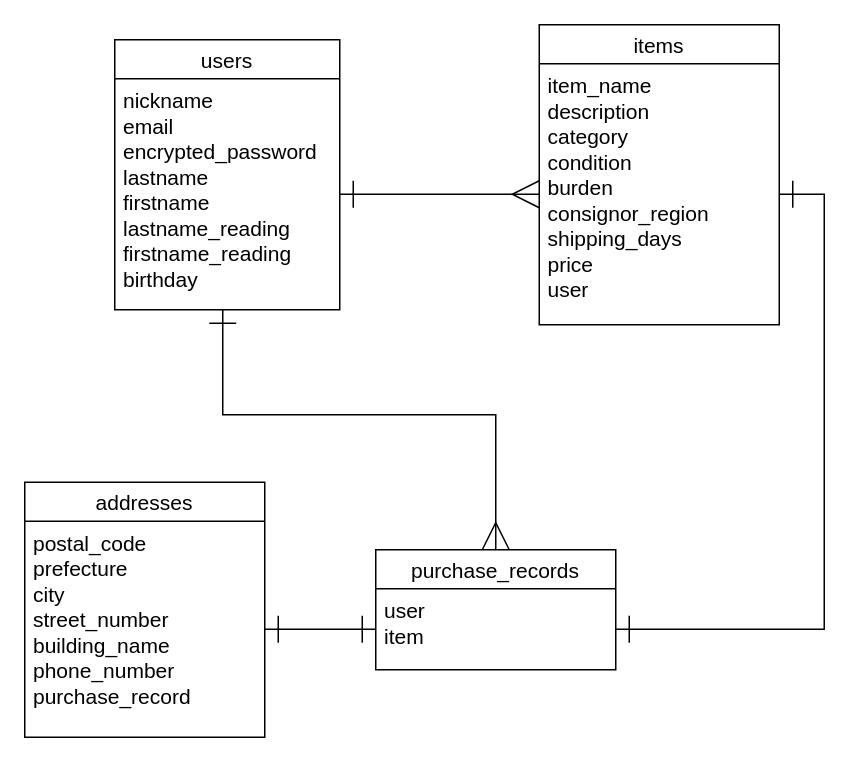
HubYoshiharu/furima-31492 keeps this draw.io diagram as test.dio. Above is the earlier version. Source tidied: cells renumbered, new cells numbered last; positions are measured from the earlier drawing's top-left corner, leaving out a move shared by most shapes. Both pictures are drawn from the tidied source at 150%, with x=0, y=0 at pixel (24, 24).
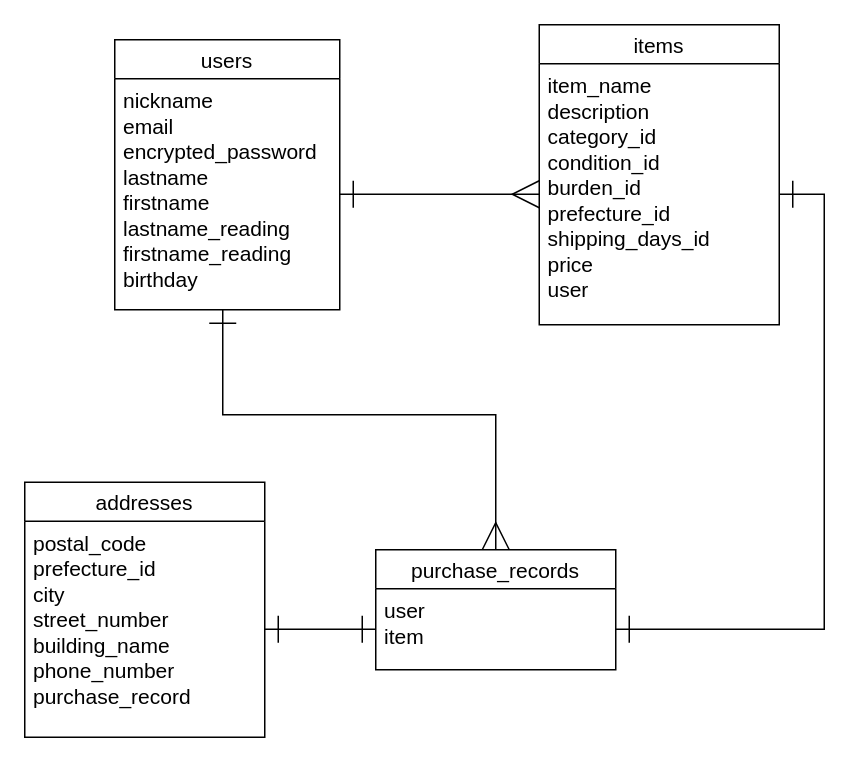
Above is the later version.

What changed in the source:
```diff
@@
 <mxGraphModel>
   <root>
     <mxCell id="0" />
     <mxCell id="1" parent="0" />
     <mxCell id="2" value="users" style="swimlane;fontStyle=0;horizontal=1;startSize=26;align=center;fontSize=14;" parent="1" vertex="1">
       <mxGeometry x="60" y="10" width="150" height="180" as="geometry" />
     </mxCell>
     <mxCell id="3" value="nickname&#10;email&#10;encrypted_password&#10;lastname&#10;firstname&#10;lastname_reading&#10;firstname_reading&#10;birthday&#10;" style="text;strokeColor=none;fillColor=none;spacingLeft=4;spacingRight=4;overflow=hidden;points=[[0,0.5],[1,0.5]];portConstraint=eastwest;fontSize=14;" parent="2" vertex="1">
       <mxGeometry y="26" width="150" height="154" as="geometry" />
     </mxCell>
     <mxCell id="4" style="edgeStyle=orthogonalEdgeStyle;rounded=0;jettySize=auto;html=1;startArrow=ERmany;startFill=0;endArrow=ERone;endFill=0;endSize=16;startSize=16;fontSize=14;exitX=0;exitY=0.5;exitDx=0;exitDy=0;entryX=1;entryY=0.5;entryDx=0;entryDy=0;" parent="1" edge="1" source="6" target="3">
       <mxGeometry relative="1" as="geometry" />
     </mxCell>
     <mxCell id="5" value="items" style="swimlane;fontStyle=0;horizontal=1;startSize=26;align=center;fontSize=14;rotation=0;" parent="1" vertex="1">
       <mxGeometry x="343" width="160" height="200" as="geometry" />
     </mxCell>
-    <mxCell id="6" value="item_name&#10;description&#10;category&#10;condition&#10;burden&#10;consignor_region&#10;shipping_days&#10;price&#10;user" style="text;strokeColor=none;fillColor=none;spacingLeft=4;spacingRight=4;overflow=hidden;points=[[0,0.5],[1,0.5]];portConstraint=eastwest;fontSize=14;rotation=0;" parent="5" vertex="1">
+    <mxCell id="6" value="item_name&#10;description&#10;category_id&#10;condition_id&#10;burden_id&#10;prefecture_id&#10;shipping_days_id&#10;price&#10;user" style="text;strokeColor=none;fillColor=none;spacingLeft=4;spacingRight=4;overflow=hidden;points=[[0,0.5],[1,0.5]];portConstraint=eastwest;fontSize=14;rotation=0;" parent="5" vertex="1">
       <mxGeometry y="26" width="160" height="174" as="geometry" />
     </mxCell>
     <mxCell id="7" value="purchase_records" style="swimlane;fontStyle=0;horizontal=1;startSize=26;align=center;fontSize=14;rotation=0;" parent="1" vertex="1">
       <mxGeometry x="234" y="350" width="160" height="80" as="geometry" />
     </mxCell>
     <mxCell id="8" value="user&#10;item" style="text;strokeColor=none;fillColor=none;spacingLeft=4;spacingRight=4;overflow=hidden;points=[[0,0.5],[1,0.5]];portConstraint=eastwest;fontSize=14;rotation=0;" parent="7" vertex="1">
       <mxGeometry y="26" width="160" height="54" as="geometry" />
     </mxCell>
     <mxCell id="9" value="addresses" style="swimlane;fontStyle=0;horizontal=1;startSize=26;align=center;fontSize=14;rotation=0;" parent="1" vertex="1">
       <mxGeometry y="305" width="160" height="170" as="geometry" />
     </mxCell>
-    <mxCell id="10" value="postal_code&#10;prefecture&#10;city&#10;street_number&#10;building_name&#10;phone_number&#10;purchase_record" style="text;strokeColor=none;fillColor=none;spacingLeft=4;spacingRight=4;overflow=hidden;points=[[0,0.5],[1,0.5]];portConstraint=eastwest;fontSize=14;rotation=0;" parent="9" vertex="1">
+    <mxCell id="10" value="postal_code&#10;prefecture_id&#10;city&#10;street_number&#10;building_name&#10;phone_number&#10;purchase_record" style="text;strokeColor=none;fillColor=none;spacingLeft=4;spacingRight=4;overflow=hidden;points=[[0,0.5],[1,0.5]];portConstraint=eastwest;fontSize=14;rotation=0;" parent="9" vertex="1">
       <mxGeometry y="26" width="160" height="144" as="geometry" />
     </mxCell>
     <mxCell id="11" style="edgeStyle=orthogonalEdgeStyle;rounded=0;jettySize=auto;html=1;startArrow=ERmany;startFill=0;endArrow=ERone;endFill=0;endSize=16;startSize=16;fontSize=14;exitX=0.5;exitY=0;exitDx=0;exitDy=0;" parent="1" edge="1" source="7" target="3">
       <mxGeometry relative="1" as="geometry">
         <Array as="points">
           <mxPoint x="314" y="260" />
           <mxPoint x="132" y="260" />
         </Array>
       </mxGeometry>
     </mxCell>
     <mxCell id="12" style="edgeStyle=orthogonalEdgeStyle;rounded=0;jettySize=auto;html=1;startArrow=ERone;startFill=0;endArrow=ERone;endFill=0;endSize=16;startSize=16;fontSize=14;entryX=1;entryY=0.5;entryDx=0;entryDy=0;exitX=1;exitY=0.5;exitDx=0;exitDy=0;" parent="1" edge="1" source="8" target="6">
       <mxGeometry relative="1" as="geometry" />
     </mxCell>
     <mxCell id="13" style="edgeStyle=orthogonalEdgeStyle;rounded=0;jettySize=auto;html=1;startArrow=ERone;startFill=0;endArrow=ERone;endFill=0;endSize=16;startSize=16;fontSize=14;entryX=1;entryY=0.5;entryDx=0;entryDy=0;exitX=0;exitY=0.5;exitDx=0;exitDy=0;" parent="1" edge="1" source="8" target="10">
       <mxGeometry relative="1" as="geometry" />
     </mxCell>
   </root>
 </mxGraphModel>
```
